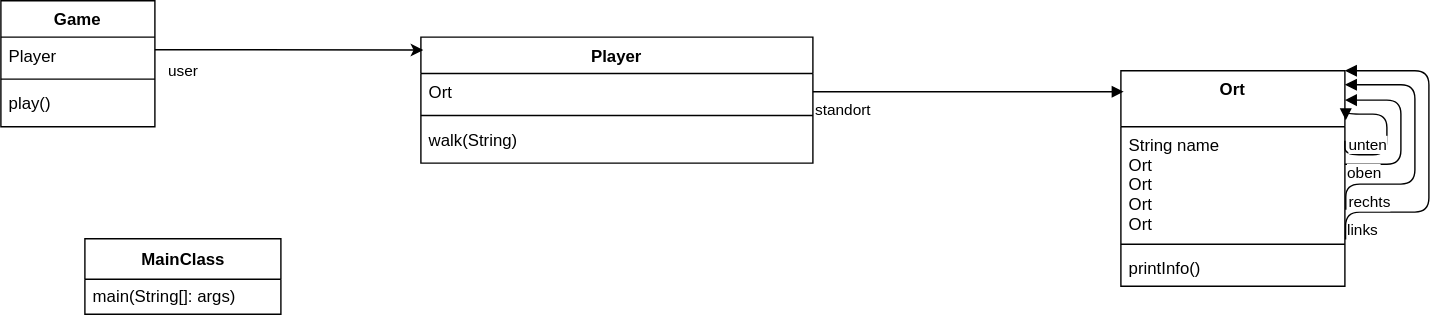
EuroBlue/adventure keeps this draw.io diagram as class_diagram.svg. Above is the earlier version. Source tidied: cells renumbered, new cells last; positions are measured from the earlier drawing's top-left corner, leaving out a move shared by most shapes.
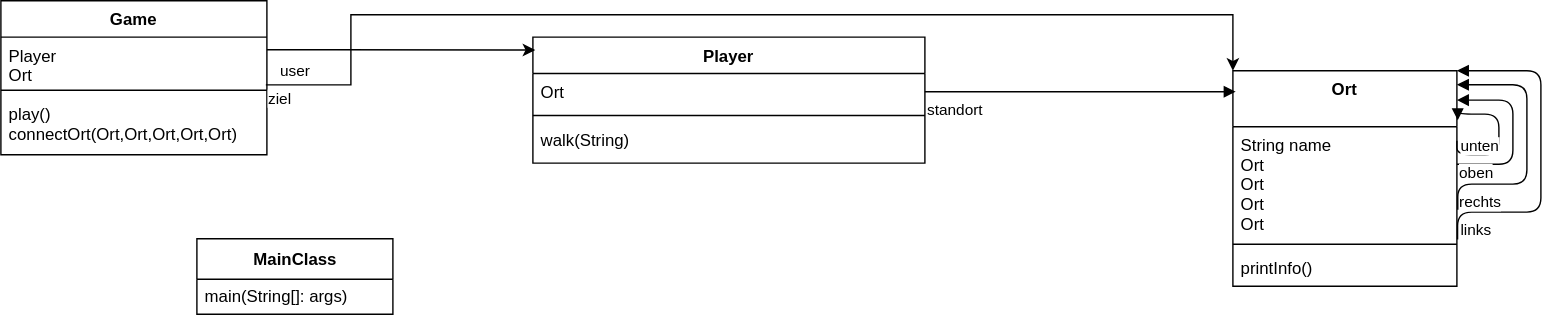
After the commit.

Commit message:
Backend of Game class is ready

What changed in the source:
```diff
@@ -77,16 +77,16 @@
       <mxGeometry y="29" width="140" height="25" as="geometry" />
     </mxCell>
     <mxCell id="17" value="Game" style="swimlane;fontStyle=1;align=center;verticalAlign=top;horizontal=1;startSize=26;" parent="1" vertex="1">
-      <mxGeometry width="110" height="90" as="geometry" />
+      <mxGeometry x="-80" width="190" height="110" as="geometry" />
     </mxCell>
-    <mxCell id="18" value="Player" style="text;strokeColor=none;fillColor=none;align=left;verticalAlign=top;spacingLeft=4;spacingRight=4;overflow=hidden;points=[[0,0.5],[1,0.5]];portConstraint=eastwest;" parent="17" vertex="1">
-      <mxGeometry y="26" width="110" height="26" as="geometry" />
+    <mxCell id="18" value="Player&#10;Ort" style="text;strokeColor=none;fillColor=none;align=left;verticalAlign=top;spacingLeft=4;spacingRight=4;overflow=hidden;points=[[0,0.5],[1,0.5]];portConstraint=eastwest;" parent="17" vertex="1">
+      <mxGeometry y="26" width="190" height="34" as="geometry" />
     </mxCell>
     <mxCell id="19" style="line;strokeWidth=1;fillColor=none;align=left;verticalAlign=middle;spacingTop=-1;spacingLeft=3;spacingRight=3;labelPosition=right;" parent="17" vertex="1">
-      <mxGeometry y="52" width="110" height="8" as="geometry" />
+      <mxGeometry y="60" width="190" height="8" as="geometry" />
     </mxCell>
-    <mxCell id="20" value="play()" style="text;strokeColor=none;fillColor=none;align=left;verticalAlign=top;spacingLeft=4;spacingRight=4;overflow=hidden;" parent="17" vertex="1">
-      <mxGeometry y="60" width="110" height="30" as="geometry" />
+    <mxCell id="20" value="play()&#10;connectOrt(Ort,Ort,Ort,Ort,Ort)" style="text;strokeColor=none;fillColor=none;align=left;verticalAlign=top;spacingLeft=4;spacingRight=4;overflow=hidden;" parent="17" vertex="1">
+      <mxGeometry y="68" width="190" height="42" as="geometry" />
     </mxCell>
     <mxCell id="21" value="user" style="edgeStyle=orthogonalEdgeStyle;rounded=0;jettySize=auto;html=1;entryX=0.006;entryY=0.103;entryDx=0;entryDy=0;entryPerimeter=0;" parent="1" edge="1" source="18" target="2">
       <mxGeometry x="-0.79" y="-15" relative="1" as="geometry">
@@ -96,5 +96,14 @@
         </Array>
       </mxGeometry>
     </mxCell>
+    <mxCell id="22" value="ziel" style="edgeStyle=orthogonalEdgeStyle;rounded=0;jettySize=auto;html=1;entryX=0;entryY=0;entryDx=0;entryDy=0;exitX=0.996;exitY=1.004;exitDx=0;exitDy=0;exitPerimeter=0;" parent="1" edge="1" source="18" target="6">
+      <mxGeometry x="-0.97" y="-10" relative="1" as="geometry">
+        <Array as="points">
+          <mxPoint x="170" y="60" />
+          <mxPoint x="170" y="10" />
+          <mxPoint x="800" y="10" />
+        </Array>
+      </mxGeometry>
+    </mxCell>
   </root>
 </mxGraphModel>
```
